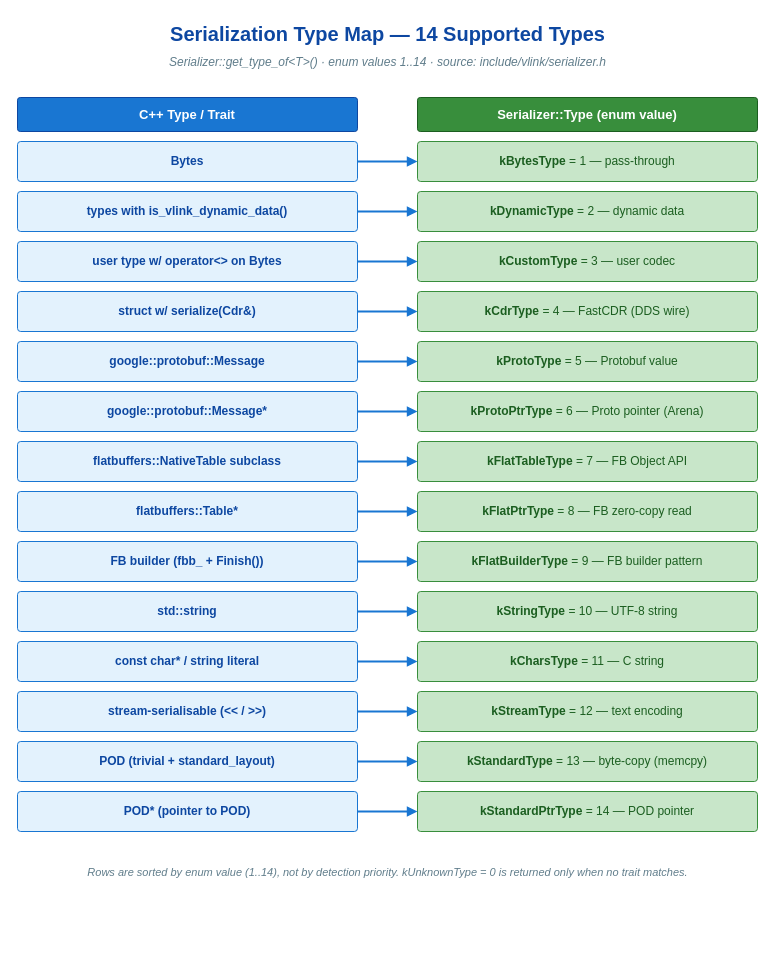
Before: doc/images/serialization-types-map.drawio in thun-res/vlink, a draw.io diagram. Source tidied: cells renumbered, new cells numbered last; positions are measured from the earlier drawing's top-left corner, leaving out a move shared by most shapes. Both pictures are drawn from the tidied source at 100%, with x=0, y=0 at pixel (17, 17).
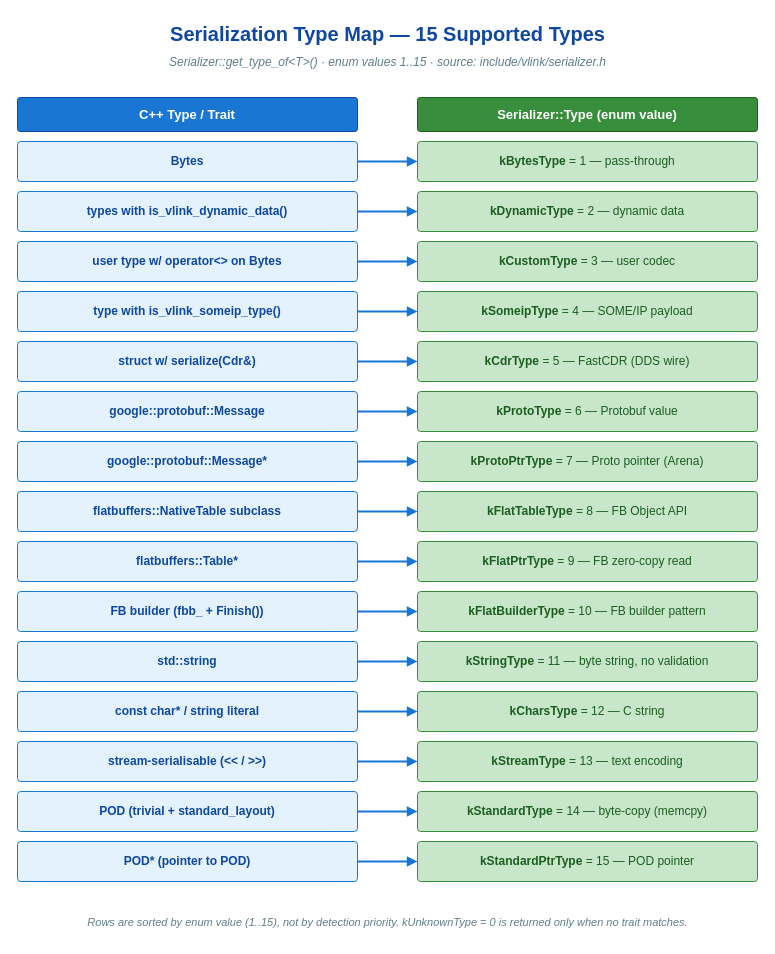
The same page after the edit.

Change to the diagram source:
```diff
@@
-    <mxCell id="2" value="Serialization Type Map  —  14 Supported Types" style="text;html=1;align=center;verticalAlign=middle;strokeColor=none;fillColor=none;fontFamily=Helvetica;fontSize=20;fontStyle=1;fontColor=#0d47a1;" parent="1" vertex="1">
+    <mxCell id="2" value="Serialization Type Map  —  15 Supported Types" style="text;html=1;align=center;verticalAlign=middle;strokeColor=none;fillColor=none;fontFamily=Helvetica;fontSize=20;fontStyle=1;fontColor=#0d47a1;" parent="1" vertex="1">
       <mxGeometry width="740" height="32" as="geometry" />
     </mxCell>
-    <mxCell id="3" value="Serializer::get_type_of&amp;lt;T&amp;gt;()  ·  enum values 1..14  ·  source: include/vlink/serializer.h" style="text;html=1;align=center;verticalAlign=middle;strokeColor=none;fillColor=none;fontFamily=Helvetica;fontSize=12;fontStyle=2;fontColor=#607d8b;" parent="1" vertex="1">
+    <mxCell id="3" value="Serializer::get_type_of&amp;lt;T&amp;gt;()  ·  enum values 1..15  ·  source: include/vlink/serializer.h" style="text;html=1;align=center;verticalAlign=middle;strokeColor=none;fillColor=none;fontFamily=Helvetica;fontSize=12;fontStyle=2;fontColor=#607d8b;" parent="1" vertex="1">
       <mxGeometry y="34" width="740" height="22" as="geometry" />
     </mxCell>
@@
-    <mxCell id="16" value="struct w/ serialize(Cdr&amp;)" style="rounded=1;whiteSpace=wrap;html=1;fillColor=#e3f2fd;strokeColor=#1976d2;arcSize=8;fontFamily=Helvetica;fontSize=12;fontStyle=1;fontColor=#0d47a1;shadow=0;" parent="1" vertex="1">
+    <mxCell id="16" value="type with is_vlink_someip_type()" style="rounded=1;whiteSpace=wrap;html=1;fillColor=#e3f2fd;strokeColor=#1976d2;arcSize=8;fontFamily=Helvetica;fontSize=12;fontStyle=1;fontColor=#0d47a1;shadow=0;" parent="1" vertex="1">
       <mxGeometry y="274" width="340" height="40" as="geometry" />
     </mxCell>
-    <mxCell id="17" value="&lt;b&gt;kCdrType&lt;/b&gt;  =  4  —  FastCDR (DDS wire)" style="rounded=1;whiteSpace=wrap;html=1;fillColor=#c8e6c9;strokeColor=#388e3c;arcSize=8;fontFamily=Helvetica;fontSize=12;fontColor=#1b5e20;shadow=0;" parent="1" vertex="1">
+    <mxCell id="17" value="&lt;b&gt;kSomeipType&lt;/b&gt;  =  4  —  SOME/IP payload" style="rounded=1;whiteSpace=wrap;html=1;fillColor=#c8e6c9;strokeColor=#388e3c;arcSize=8;fontFamily=Helvetica;fontSize=12;fontColor=#1b5e20;shadow=0;" parent="1" vertex="1">
       <mxGeometry x="400" y="274" width="340" height="40" as="geometry" />
     </mxCell>
@@
-    <mxCell id="19" value="google::protobuf::Message" style="rounded=1;whiteSpace=wrap;html=1;fillColor=#e3f2fd;strokeColor=#1976d2;arcSize=8;fontFamily=Helvetica;fontSize=12;fontStyle=1;fontColor=#0d47a1;shadow=0;" parent="1" vertex="1">
+    <mxCell id="19" value="struct w/ serialize(Cdr&amp;)" style="rounded=1;whiteSpace=wrap;html=1;fillColor=#e3f2fd;strokeColor=#1976d2;arcSize=8;fontFamily=Helvetica;fontSize=12;fontStyle=1;fontColor=#0d47a1;shadow=0;" parent="1" vertex="1">
       <mxGeometry y="324" width="340" height="40" as="geometry" />
     </mxCell>
-    <mxCell id="20" value="&lt;b&gt;kProtoType&lt;/b&gt;  =  5  —  Protobuf value" style="rounded=1;whiteSpace=wrap;html=1;fillColor=#c8e6c9;strokeColor=#388e3c;arcSize=8;fontFamily=Helvetica;fontSize=12;fontColor=#1b5e20;shadow=0;" parent="1" vertex="1">
+    <mxCell id="20" value="&lt;b&gt;kCdrType&lt;/b&gt;  =  5  —  FastCDR (DDS wire)" style="rounded=1;whiteSpace=wrap;html=1;fillColor=#c8e6c9;strokeColor=#388e3c;arcSize=8;fontFamily=Helvetica;fontSize=12;fontColor=#1b5e20;shadow=0;" parent="1" vertex="1">
       <mxGeometry x="400" y="324" width="340" height="40" as="geometry" />
     </mxCell>
@@
-    <mxCell id="22" value="google::protobuf::Message*" style="rounded=1;whiteSpace=wrap;html=1;fillColor=#e3f2fd;strokeColor=#1976d2;arcSize=8;fontFamily=Helvetica;fontSize=12;fontStyle=1;fontColor=#0d47a1;shadow=0;" parent="1" vertex="1">
+    <mxCell id="22" value="google::protobuf::Message" style="rounded=1;whiteSpace=wrap;html=1;fillColor=#e3f2fd;strokeColor=#1976d2;arcSize=8;fontFamily=Helvetica;fontSize=12;fontStyle=1;fontColor=#0d47a1;shadow=0;" parent="1" vertex="1">
       <mxGeometry y="374" width="340" height="40" as="geometry" />
     </mxCell>
-    <mxCell id="23" value="&lt;b&gt;kProtoPtrType&lt;/b&gt;  =  6  —  Proto pointer (Arena)" style="rounded=1;whiteSpace=wrap;html=1;fillColor=#c8e6c9;strokeColor=#388e3c;arcSize=8;fontFamily=Helvetica;fontSize=12;fontColor=#1b5e20;shadow=0;" parent="1" vertex="1">
+    <mxCell id="23" value="&lt;b&gt;kProtoType&lt;/b&gt;  =  6  —  Protobuf value" style="rounded=1;whiteSpace=wrap;html=1;fillColor=#c8e6c9;strokeColor=#388e3c;arcSize=8;fontFamily=Helvetica;fontSize=12;fontColor=#1b5e20;shadow=0;" parent="1" vertex="1">
       <mxGeometry x="400" y="374" width="340" height="40" as="geometry" />
     </mxCell>
@@
-    <mxCell id="25" value="flatbuffers::NativeTable subclass" style="rounded=1;whiteSpace=wrap;html=1;fillColor=#e3f2fd;strokeColor=#1976d2;arcSize=8;fontFamily=Helvetica;fontSize=12;fontStyle=1;fontColor=#0d47a1;shadow=0;" parent="1" vertex="1">
+    <mxCell id="25" value="google::protobuf::Message*" style="rounded=1;whiteSpace=wrap;html=1;fillColor=#e3f2fd;strokeColor=#1976d2;arcSize=8;fontFamily=Helvetica;fontSize=12;fontStyle=1;fontColor=#0d47a1;shadow=0;" parent="1" vertex="1">
       <mxGeometry y="424" width="340" height="40" as="geometry" />
     </mxCell>
-    <mxCell id="26" value="&lt;b&gt;kFlatTableType&lt;/b&gt;  =  7  —  FB Object API" style="rounded=1;whiteSpace=wrap;html=1;fillColor=#c8e6c9;strokeColor=#388e3c;arcSize=8;fontFamily=Helvetica;fontSize=12;fontColor=#1b5e20;shadow=0;" parent="1" vertex="1">
+    <mxCell id="26" value="&lt;b&gt;kProtoPtrType&lt;/b&gt;  =  7  —  Proto pointer (Arena)" style="rounded=1;whiteSpace=wrap;html=1;fillColor=#c8e6c9;strokeColor=#388e3c;arcSize=8;fontFamily=Helvetica;fontSize=12;fontColor=#1b5e20;shadow=0;" parent="1" vertex="1">
       <mxGeometry x="400" y="424" width="340" height="40" as="geometry" />
     </mxCell>
@@
-    <mxCell id="28" value="flatbuffers::Table*" style="rounded=1;whiteSpace=wrap;html=1;fillColor=#e3f2fd;strokeColor=#1976d2;arcSize=8;fontFamily=Helvetica;fontSize=12;fontStyle=1;fontColor=#0d47a1;shadow=0;" parent="1" vertex="1">
+    <mxCell id="28" value="flatbuffers::NativeTable subclass" style="rounded=1;whiteSpace=wrap;html=1;fillColor=#e3f2fd;strokeColor=#1976d2;arcSize=8;fontFamily=Helvetica;fontSize=12;fontStyle=1;fontColor=#0d47a1;shadow=0;" parent="1" vertex="1">
       <mxGeometry y="474" width="340" height="40" as="geometry" />
     </mxCell>
-    <mxCell id="29" value="&lt;b&gt;kFlatPtrType&lt;/b&gt;  =  8  —  FB zero-copy read" style="rounded=1;whiteSpace=wrap;html=1;fillColor=#c8e6c9;strokeColor=#388e3c;arcSize=8;fontFamily=Helvetica;fontSize=12;fontColor=#1b5e20;shadow=0;" parent="1" vertex="1">
+    <mxCell id="29" value="&lt;b&gt;kFlatTableType&lt;/b&gt;  =  8  —  FB Object API" style="rounded=1;whiteSpace=wrap;html=1;fillColor=#c8e6c9;strokeColor=#388e3c;arcSize=8;fontFamily=Helvetica;fontSize=12;fontColor=#1b5e20;shadow=0;" parent="1" vertex="1">
       <mxGeometry x="400" y="474" width="340" height="40" as="geometry" />
     </mxCell>
@@
-    <mxCell id="31" value="FB builder (fbb_ + Finish())" style="rounded=1;whiteSpace=wrap;html=1;fillColor=#e3f2fd;strokeColor=#1976d2;arcSize=8;fontFamily=Helvetica;fontSize=12;fontStyle=1;fontColor=#0d47a1;shadow=0;" parent="1" vertex="1">
+    <mxCell id="31" value="flatbuffers::Table*" style="rounded=1;whiteSpace=wrap;html=1;fillColor=#e3f2fd;strokeColor=#1976d2;arcSize=8;fontFamily=Helvetica;fontSize=12;fontStyle=1;fontColor=#0d47a1;shadow=0;" parent="1" vertex="1">
       <mxGeometry y="524" width="340" height="40" as="geometry" />
     </mxCell>
-    <mxCell id="32" value="&lt;b&gt;kFlatBuilderType&lt;/b&gt;  =  9  —  FB builder pattern" style="rounded=1;whiteSpace=wrap;html=1;fillColor=#c8e6c9;strokeColor=#388e3c;arcSize=8;fontFamily=Helvetica;fontSize=12;fontColor=#1b5e20;shadow=0;" parent="1" vertex="1">
+    <mxCell id="32" value="&lt;b&gt;kFlatPtrType&lt;/b&gt;  =  9  —  FB zero-copy read" style="rounded=1;whiteSpace=wrap;html=1;fillColor=#c8e6c9;strokeColor=#388e3c;arcSize=8;fontFamily=Helvetica;fontSize=12;fontColor=#1b5e20;shadow=0;" parent="1" vertex="1">
       <mxGeometry x="400" y="524" width="340" height="40" as="geometry" />
     </mxCell>
@@
-    <mxCell id="34" value="std::string" style="rounded=1;whiteSpace=wrap;html=1;fillColor=#e3f2fd;strokeColor=#1976d2;arcSize=8;fontFamily=Helvetica;fontSize=12;fontStyle=1;fontColor=#0d47a1;shadow=0;" parent="1" vertex="1">
+    <mxCell id="34" value="FB builder (fbb_ + Finish())" style="rounded=1;whiteSpace=wrap;html=1;fillColor=#e3f2fd;strokeColor=#1976d2;arcSize=8;fontFamily=Helvetica;fontSize=12;fontStyle=1;fontColor=#0d47a1;shadow=0;" parent="1" vertex="1">
       <mxGeometry y="574" width="340" height="40" as="geometry" />
     </mxCell>
-    <mxCell id="35" value="&lt;b&gt;kStringType&lt;/b&gt;  =  10  —  UTF-8 string" style="rounded=1;whiteSpace=wrap;html=1;fillColor=#c8e6c9;strokeColor=#388e3c;arcSize=8;fontFamily=Helvetica;fontSize=12;fontColor=#1b5e20;shadow=0;" parent="1" vertex="1">
+    <mxCell id="35" value="&lt;b&gt;kFlatBuilderType&lt;/b&gt;  =  10  —  FB builder pattern" style="rounded=1;whiteSpace=wrap;html=1;fillColor=#c8e6c9;strokeColor=#388e3c;arcSize=8;fontFamily=Helvetica;fontSize=12;fontColor=#1b5e20;shadow=0;" parent="1" vertex="1">
       <mxGeometry x="400" y="574" width="340" height="40" as="geometry" />
     </mxCell>
@@
-    <mxCell id="37" value="const char* / string literal" style="rounded=1;whiteSpace=wrap;html=1;fillColor=#e3f2fd;strokeColor=#1976d2;arcSize=8;fontFamily=Helvetica;fontSize=12;fontStyle=1;fontColor=#0d47a1;shadow=0;" parent="1" vertex="1">
+    <mxCell id="37" value="std::string" style="rounded=1;whiteSpace=wrap;html=1;fillColor=#e3f2fd;strokeColor=#1976d2;arcSize=8;fontFamily=Helvetica;fontSize=12;fontStyle=1;fontColor=#0d47a1;shadow=0;" parent="1" vertex="1">
       <mxGeometry y="624" width="340" height="40" as="geometry" />
     </mxCell>
-    <mxCell id="38" value="&lt;b&gt;kCharsType&lt;/b&gt;  =  11  —  C string" style="rounded=1;whiteSpace=wrap;html=1;fillColor=#c8e6c9;strokeColor=#388e3c;arcSize=8;fontFamily=Helvetica;fontSize=12;fontColor=#1b5e20;shadow=0;" parent="1" vertex="1">
+    <mxCell id="38" value="&lt;b&gt;kStringType&lt;/b&gt;  =  11  —  byte string, no validation" style="rounded=1;whiteSpace=wrap;html=1;fillColor=#c8e6c9;strokeColor=#388e3c;arcSize=8;fontFamily=Helvetica;fontSize=12;fontColor=#1b5e20;shadow=0;" parent="1" vertex="1">
       <mxGeometry x="400" y="624" width="340" height="40" as="geometry" />
     </mxCell>
@@
-    <mxCell id="40" value="stream-serialisable (&lt;&lt; / &gt;&gt;)" style="rounded=1;whiteSpace=wrap;html=1;fillColor=#e3f2fd;strokeColor=#1976d2;arcSize=8;fontFamily=Helvetica;fontSize=12;fontStyle=1;fontColor=#0d47a1;shadow=0;" parent="1" vertex="1">
+    <mxCell id="40" value="const char* / string literal" style="rounded=1;whiteSpace=wrap;html=1;fillColor=#e3f2fd;strokeColor=#1976d2;arcSize=8;fontFamily=Helvetica;fontSize=12;fontStyle=1;fontColor=#0d47a1;shadow=0;" parent="1" vertex="1">
       <mxGeometry y="674" width="340" height="40" as="geometry" />
     </mxCell>
-    <mxCell id="41" value="&lt;b&gt;kStreamType&lt;/b&gt;  =  12  —  text encoding" style="rounded=1;whiteSpace=wrap;html=1;fillColor=#c8e6c9;strokeColor=#388e3c;arcSize=8;fontFamily=Helvetica;fontSize=12;fontColor=#1b5e20;shadow=0;" parent="1" vertex="1">
+    <mxCell id="41" value="&lt;b&gt;kCharsType&lt;/b&gt;  =  12  —  C string" style="rounded=1;whiteSpace=wrap;html=1;fillColor=#c8e6c9;strokeColor=#388e3c;arcSize=8;fontFamily=Helvetica;fontSize=12;fontColor=#1b5e20;shadow=0;" parent="1" vertex="1">
       <mxGeometry x="400" y="674" width="340" height="40" as="geometry" />
     </mxCell>
@@
-    <mxCell id="43" value="POD (trivial + standard_layout)" style="rounded=1;whiteSpace=wrap;html=1;fillColor=#e3f2fd;strokeColor=#1976d2;arcSize=8;fontFamily=Helvetica;fontSize=12;fontStyle=1;fontColor=#0d47a1;shadow=0;" parent="1" vertex="1">
+    <mxCell id="43" value="stream-serialisable (&lt;&lt; / &gt;&gt;)" style="rounded=1;whiteSpace=wrap;html=1;fillColor=#e3f2fd;strokeColor=#1976d2;arcSize=8;fontFamily=Helvetica;fontSize=12;fontStyle=1;fontColor=#0d47a1;shadow=0;" parent="1" vertex="1">
       <mxGeometry y="724" width="340" height="40" as="geometry" />
     </mxCell>
-    <mxCell id="44" value="&lt;b&gt;kStandardType&lt;/b&gt;  =  13  —  byte-copy (memcpy)" style="rounded=1;whiteSpace=wrap;html=1;fillColor=#c8e6c9;strokeColor=#388e3c;arcSize=8;fontFamily=Helvetica;fontSize=12;fontColor=#1b5e20;shadow=0;" parent="1" vertex="1">
+    <mxCell id="44" value="&lt;b&gt;kStreamType&lt;/b&gt;  =  13  —  text encoding" style="rounded=1;whiteSpace=wrap;html=1;fillColor=#c8e6c9;strokeColor=#388e3c;arcSize=8;fontFamily=Helvetica;fontSize=12;fontColor=#1b5e20;shadow=0;" parent="1" vertex="1">
       <mxGeometry x="400" y="724" width="340" height="40" as="geometry" />
     </mxCell>
@@
-    <mxCell id="46" value="POD*  (pointer to POD)" style="rounded=1;whiteSpace=wrap;html=1;fillColor=#e3f2fd;strokeColor=#1976d2;arcSize=8;fontFamily=Helvetica;fontSize=12;fontStyle=1;fontColor=#0d47a1;shadow=0;" parent="1" vertex="1">
+    <mxCell id="46" value="POD (trivial + standard_layout)" style="rounded=1;whiteSpace=wrap;html=1;fillColor=#e3f2fd;strokeColor=#1976d2;arcSize=8;fontFamily=Helvetica;fontSize=12;fontStyle=1;fontColor=#0d47a1;shadow=0;" parent="1" vertex="1">
       <mxGeometry y="774" width="340" height="40" as="geometry" />
     </mxCell>
-    <mxCell id="47" value="&lt;b&gt;kStandardPtrType&lt;/b&gt;  =  14  —  POD pointer" style="rounded=1;whiteSpace=wrap;html=1;fillColor=#c8e6c9;strokeColor=#388e3c;arcSize=8;fontFamily=Helvetica;fontSize=12;fontColor=#1b5e20;shadow=0;" parent="1" vertex="1">
+    <mxCell id="47" value="&lt;b&gt;kStandardType&lt;/b&gt;  =  14  —  byte-copy (memcpy)" style="rounded=1;whiteSpace=wrap;html=1;fillColor=#c8e6c9;strokeColor=#388e3c;arcSize=8;fontFamily=Helvetica;fontSize=12;fontColor=#1b5e20;shadow=0;" parent="1" vertex="1">
       <mxGeometry x="400" y="774" width="340" height="40" as="geometry" />
     </mxCell>
@@
+    <mxCell id="50" value="POD*  (pointer to POD)" style="rounded=1;whiteSpace=wrap;html=1;fillColor=#e3f2fd;strokeColor=#1976d2;arcSize=8;fontFamily=Helvetica;fontSize=12;fontStyle=1;fontColor=#0d47a1;shadow=0;" parent="1" vertex="1">
+      <mxGeometry y="824" width="340" height="40" as="geometry" />
+    </mxCell>
+    <mxCell id="51" value="&lt;b&gt;kStandardPtrType&lt;/b&gt;  =  15  —  POD pointer" style="rounded=1;whiteSpace=wrap;html=1;fillColor=#c8e6c9;strokeColor=#388e3c;arcSize=8;fontFamily=Helvetica;fontSize=12;fontColor=#1b5e20;shadow=0;" parent="1" vertex="1">
+      <mxGeometry x="400" y="824" width="340" height="40" as="geometry" />
+    </mxCell>
+    <mxCell id="52" style="endArrow=block;endFill=1;html=1;strokeWidth=1.8;strokeColor=#1976d2;edgeStyle=none;" parent="1" edge="1" source="50" target="51">
+      <mxGeometry relative="1" as="geometry" />
+    </mxCell>
-    <mxCell id="49" value="Rows are sorted by enum value (1..14), not by detection priority. kUnknownType = 0 is returned only when no trait matches." style="text;html=1;align=center;verticalAlign=middle;strokeColor=none;fillColor=none;fontFamily=Helvetica;fontSize=11;fontStyle=2;fontColor=#607d8b;" parent="1" vertex="1">
-      <mxGeometry y="840" width="740" height="30" as="geometry" />
+    <mxCell id="49" value="Rows are sorted by enum value (1..15), not by detection priority. kUnknownType = 0 is returned only when no trait matches." style="text;html=1;align=center;verticalAlign=middle;strokeColor=none;fillColor=none;fontFamily=Helvetica;fontSize=11;fontStyle=2;fontColor=#607d8b;" parent="1" vertex="1">
+      <mxGeometry y="890" width="740" height="30" as="geometry" />
     </mxCell>
```
